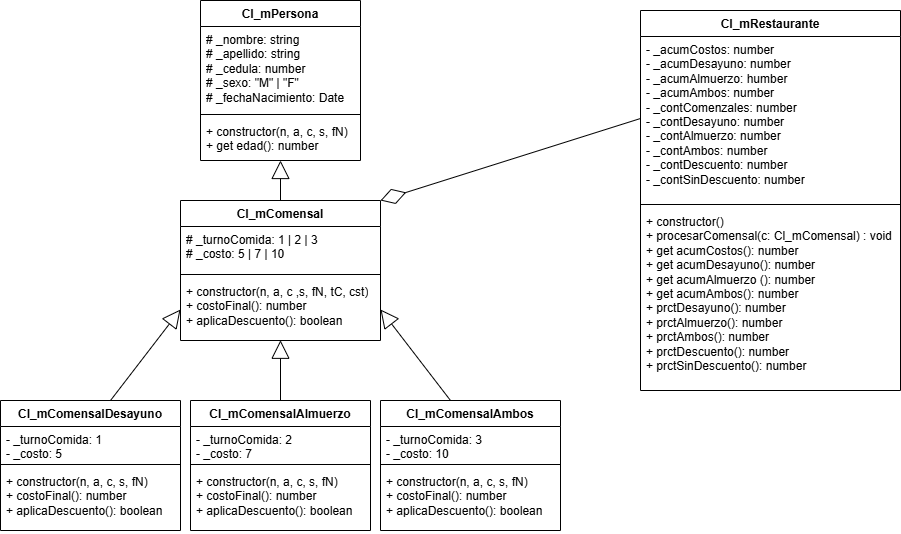
The draw.io diagram resources/UML.png in ElGol17/L26.2.p.c2.18.comensales, before a commit. Source tidied: cells renumbered, new cells last; positions are measured from the earlier drawing's top-left corner, leaving out a move shared by most shapes. Source of this version:
```xml
<mxGraphModel>
  <root>
    <mxCell id="0" />
    <mxCell id="1" parent="0" />
    <mxCell id="2" value="Cl_mPersona" style="swimlane;fontStyle=1;align=center;verticalAlign=top;horizontal=1;startSize=26;whiteSpace=wrap;html=1;" parent="1" vertex="1">
      <mxGeometry x="200" width="160" height="160" as="geometry" />
    </mxCell>
    <mxCell id="3" value="# _nombre: string&lt;div&gt;# _apellido: string&lt;/div&gt;&lt;div&gt;# _cedula: number&lt;/div&gt;&lt;div&gt;# _sexo: &quot;M&quot; | &quot;F&quot;&lt;/div&gt;&lt;div&gt;# _fechaNacimiento: Date&lt;/div&gt;" style="text;strokeColor=none;fillColor=none;align=left;verticalAlign=top;spacingLeft=4;spacingRight=4;overflow=hidden;whiteSpace=wrap;html=1;" parent="2" vertex="1">
      <mxGeometry y="26" width="160" height="84" as="geometry" />
    </mxCell>
    <mxCell id="4" style="line;strokeWidth=1;fillColor=none;align=left;verticalAlign=middle;spacingTop=-1;spacingLeft=3;spacingRight=3;labelPosition=right;strokeColor=inherit;" parent="2" vertex="1">
      <mxGeometry y="110" width="160" height="8" as="geometry" />
    </mxCell>
    <mxCell id="5" value="+ constructor(n, a, c, s, fN)&lt;div&gt;&lt;div&gt;+ get edad(): number&lt;/div&gt;&lt;div&gt;&lt;br&gt;&lt;/div&gt;&lt;/div&gt;" style="text;strokeColor=none;fillColor=none;align=left;verticalAlign=top;spacingLeft=4;spacingRight=4;overflow=hidden;points=[[0,0.5],[1,0.5]];portConstraint=eastwest;whiteSpace=wrap;html=1;" parent="2" vertex="1">
      <mxGeometry y="118" width="160" height="42" as="geometry" />
    </mxCell>
    <mxCell id="6" style="endArrow=block;endSize=16;endFill=0;html=1;rounded=0;exitX=0.5;exitY=0;exitDx=0;exitDy=0;" parent="1" edge="1" source="7" target="5">
      <mxGeometry relative="1" as="geometry" />
    </mxCell>
    <mxCell id="7" value="Cl_mComensal" style="swimlane;fontStyle=1;align=center;verticalAlign=top;horizontal=1;startSize=26;whiteSpace=wrap;html=1;" parent="1" vertex="1">
      <mxGeometry x="180" y="200" width="200" height="140" as="geometry" />
    </mxCell>
    <mxCell id="8" value="# _turnoComida: 1 | 2 | 3&lt;div&gt;# _costo: 5 | 7 | 10&lt;/div&gt;" style="text;strokeColor=none;fillColor=none;align=left;verticalAlign=top;spacingLeft=4;spacingRight=4;overflow=hidden;whiteSpace=wrap;html=1;" parent="7" vertex="1">
      <mxGeometry y="26" width="200" height="44" as="geometry" />
    </mxCell>
    <mxCell id="9" style="line;strokeWidth=1;fillColor=none;align=left;verticalAlign=middle;spacingTop=-1;spacingLeft=3;spacingRight=3;labelPosition=right;strokeColor=inherit;" parent="7" vertex="1">
      <mxGeometry y="70" width="200" height="8" as="geometry" />
    </mxCell>
    <mxCell id="10" value="+ constructor(n, a, c ,s, fN, tC, cst)&lt;div&gt;+ costoFinal(): number&lt;/div&gt;&lt;div&gt;+ aplicaDescuento(): boolean&lt;br&gt;&lt;div&gt;&lt;br&gt;&lt;div&gt;&lt;br&gt;&lt;/div&gt;&lt;/div&gt;&lt;/div&gt;" style="text;strokeColor=none;fillColor=none;align=left;verticalAlign=top;spacingLeft=4;spacingRight=4;overflow=hidden;points=[[0,0.5],[1,0.5]];portConstraint=eastwest;whiteSpace=wrap;html=1;" parent="7" vertex="1">
      <mxGeometry y="78" width="200" height="62" as="geometry" />
    </mxCell>
    <mxCell id="11" style="endArrow=block;endSize=16;endFill=0;html=1;rounded=0;exitX=0.5;exitY=0;exitDx=0;exitDy=0;entryX=0;entryY=0.5;entryDx=0;entryDy=0;" parent="1" edge="1" target="10">
      <mxGeometry relative="1" as="geometry">
        <mxPoint x="110" y="400" as="sourcePoint" />
      </mxGeometry>
    </mxCell>
    <mxCell id="12" style="endArrow=block;endSize=16;endFill=0;html=1;rounded=0;exitX=0.5;exitY=0;exitDx=0;exitDy=0;entryX=0.5;entryY=0.996;entryDx=0;entryDy=0;entryPerimeter=0;" parent="1" edge="1" target="10">
      <mxGeometry relative="1" as="geometry">
        <mxPoint x="280" y="400" as="sourcePoint" />
      </mxGeometry>
    </mxCell>
    <mxCell id="13" style="endArrow=block;endSize=16;endFill=0;html=1;rounded=0;exitX=0.5;exitY=0;exitDx=0;exitDy=0;entryX=1;entryY=0.5;entryDx=0;entryDy=0;" parent="1" edge="1" target="10">
      <mxGeometry relative="1" as="geometry">
        <mxPoint x="450" y="400" as="sourcePoint" />
      </mxGeometry>
    </mxCell>
    <mxCell id="14" value="Cl_mComensalDesayuno" style="swimlane;fontStyle=1;align=center;verticalAlign=top;horizontal=1;startSize=26;whiteSpace=wrap;html=1;" parent="1" vertex="1">
      <mxGeometry y="400" width="180" height="130" as="geometry" />
    </mxCell>
    <mxCell id="15" value="- _turnoComida: 1&lt;div&gt;- _costo: 5&lt;/div&gt;" style="text;strokeColor=none;fillColor=none;align=left;verticalAlign=top;spacingLeft=4;spacingRight=4;overflow=hidden;whiteSpace=wrap;html=1;" parent="14" vertex="1">
      <mxGeometry y="26" width="180" height="34" as="geometry" />
    </mxCell>
    <mxCell id="16" style="line;strokeWidth=1;fillColor=none;align=left;verticalAlign=middle;spacingTop=-1;spacingLeft=3;spacingRight=3;labelPosition=right;strokeColor=inherit;" parent="14" vertex="1">
      <mxGeometry y="60" width="180" height="8" as="geometry" />
    </mxCell>
    <mxCell id="17" value="+ constructor(n, a, c, s, fN)&lt;div&gt;+ costoFinal(): number&lt;/div&gt;&lt;div&gt;+ aplicaDescuento(): boolean&lt;/div&gt;" style="text;strokeColor=none;fillColor=none;align=left;verticalAlign=top;spacingLeft=4;spacingRight=4;overflow=hidden;whiteSpace=wrap;html=1;" parent="14" vertex="1">
      <mxGeometry y="68" width="180" height="62" as="geometry" />
    </mxCell>
    <mxCell id="18" value="Cl_mComensalAlmuerzo" style="swimlane;fontStyle=1;align=center;verticalAlign=top;horizontal=1;startSize=26;whiteSpace=wrap;html=1;" parent="1" vertex="1">
      <mxGeometry x="190" y="400" width="180" height="130" as="geometry" />
    </mxCell>
    <mxCell id="19" value="- _turnoComida: 2&lt;div&gt;- _costo: 7&lt;/div&gt;" style="text;strokeColor=none;fillColor=none;align=left;verticalAlign=top;spacingLeft=4;spacingRight=4;overflow=hidden;whiteSpace=wrap;html=1;" parent="18" vertex="1">
      <mxGeometry y="26" width="180" height="34" as="geometry" />
    </mxCell>
    <mxCell id="20" style="line;strokeWidth=1;fillColor=none;align=left;verticalAlign=middle;spacingTop=-1;spacingLeft=3;spacingRight=3;labelPosition=right;strokeColor=inherit;" parent="18" vertex="1">
      <mxGeometry y="60" width="180" height="8" as="geometry" />
    </mxCell>
    <mxCell id="21" value="+ constructor(n, a, c, s, fN)&lt;div&gt;+ costoFinal(): number&lt;/div&gt;&lt;div&gt;+ aplicaDescuento(): boolean&lt;/div&gt;" style="text;strokeColor=none;fillColor=none;align=left;verticalAlign=top;spacingLeft=4;spacingRight=4;overflow=hidden;whiteSpace=wrap;html=1;" parent="18" vertex="1">
      <mxGeometry y="68" width="180" height="62" as="geometry" />
    </mxCell>
    <mxCell id="22" value="Cl_mComensalAmbos" style="swimlane;fontStyle=1;align=center;verticalAlign=top;horizontal=1;startSize=26;whiteSpace=wrap;html=1;" parent="1" vertex="1">
      <mxGeometry x="380" y="400" width="180" height="130" as="geometry" />
    </mxCell>
    <mxCell id="23" value="- _turnoComida: 3&lt;div&gt;- _costo: 10&lt;/div&gt;" style="text;strokeColor=none;fillColor=none;align=left;verticalAlign=top;spacingLeft=4;spacingRight=4;overflow=hidden;whiteSpace=wrap;html=1;" parent="22" vertex="1">
      <mxGeometry y="26" width="180" height="34" as="geometry" />
    </mxCell>
    <mxCell id="24" style="line;strokeWidth=1;fillColor=none;align=left;verticalAlign=middle;spacingTop=-1;spacingLeft=3;spacingRight=3;labelPosition=right;strokeColor=inherit;" parent="22" vertex="1">
      <mxGeometry y="60" width="180" height="8" as="geometry" />
    </mxCell>
    <mxCell id="25" value="+ constructor(n, a, c, s, fN)&lt;div&gt;+ costoFinal(): number&lt;/div&gt;&lt;div&gt;+ aplicaDescuento(): boolean&lt;/div&gt;" style="text;strokeColor=none;fillColor=none;align=left;verticalAlign=top;spacingLeft=4;spacingRight=4;overflow=hidden;whiteSpace=wrap;html=1;" parent="22" vertex="1">
      <mxGeometry y="68" width="180" height="62" as="geometry" />
    </mxCell>
    <mxCell id="26" value="Cl_mRestaurante" style="swimlane;fontStyle=1;align=center;verticalAlign=top;horizontal=1;startSize=26;whiteSpace=wrap;html=1;" parent="1" vertex="1">
      <mxGeometry x="640" y="10" width="260" height="380" as="geometry" />
    </mxCell>
    <mxCell id="27" value="- _acumCostos: number&lt;div&gt;- _acumDesayuno: number&lt;/div&gt;&lt;div&gt;- _acumAlmuerzo: humber&lt;/div&gt;&lt;div&gt;- _acumAmbos: number&lt;/div&gt;&lt;div&gt;- _contComenzales: number&lt;/div&gt;&lt;div&gt;- _contDesayuno: number&lt;/div&gt;&lt;div&gt;- _contAlmuerzo: number&lt;/div&gt;&lt;div&gt;- _contAmbos: number&lt;/div&gt;&lt;div&gt;- _contDescuento: number&lt;/div&gt;&lt;div&gt;- _contSinDescuento: number&lt;/div&gt;" style="text;strokeColor=none;fillColor=none;align=left;verticalAlign=top;spacingLeft=4;spacingRight=4;overflow=hidden;points=[[0,0.5],[1,0.5]];portConstraint=eastwest;whiteSpace=wrap;html=1;" parent="26" vertex="1">
      <mxGeometry y="26" width="260" height="164" as="geometry" />
    </mxCell>
    <mxCell id="28" style="line;strokeWidth=1;fillColor=none;align=left;verticalAlign=middle;spacingTop=-1;spacingLeft=3;spacingRight=3;labelPosition=right;strokeColor=inherit;" parent="26" vertex="1">
      <mxGeometry y="190" width="260" height="8" as="geometry" />
    </mxCell>
    <mxCell id="29" value="+ constructor()&lt;div&gt;+ procesarComensal(c: Cl_mComensal) : void&lt;/div&gt;&lt;div&gt;+ get acumCostos(): number&lt;/div&gt;&lt;div&gt;+ get acumDesayuno(): number&lt;/div&gt;&lt;div&gt;+ get acumAlmuerzo (): number&lt;/div&gt;&lt;div&gt;+ get acumAmbos(): number&lt;/div&gt;&lt;div&gt;&lt;span style=&quot;background-color: transparent; color: light-dark(rgb(0, 0, 0), rgb(255, 255, 255));&quot;&gt;+ prctDesayuno(): number&lt;/span&gt;&lt;/div&gt;&lt;div&gt;+ prctAlmuerzo(): number&lt;/div&gt;&lt;div&gt;+ prctAmbos(): number&lt;/div&gt;&lt;div&gt;+ prctDescuento(): number&lt;/div&gt;&lt;div&gt;+ prctSinDescuento(): number&lt;/div&gt;" style="text;strokeColor=none;fillColor=none;align=left;verticalAlign=top;spacingLeft=4;spacingRight=4;overflow=hidden;whiteSpace=wrap;html=1;" parent="26" vertex="1">
      <mxGeometry y="198" width="260" height="182" as="geometry" />
    </mxCell>
    <mxCell id="30" style="endArrow=diamondThin;endFill=0;endSize=24;html=1;rounded=0;exitX=0;exitY=0.5;exitDx=0;exitDy=0;entryX=1;entryY=0;entryDx=0;entryDy=0;" parent="1" edge="1" source="27" target="7">
      <mxGeometry relative="1" as="geometry" />
    </mxCell>
  </root>
</mxGraphModel>
```
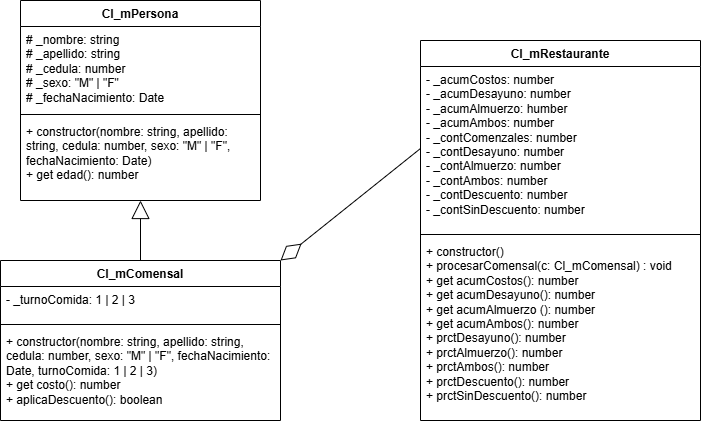
Above is the later version.

Commit message:
Actualización .json y UML

What changed in the source:
```diff
@@ -3,94 +3,43 @@
     <mxCell id="0" />
     <mxCell id="1" parent="0" />
     <mxCell id="2" value="Cl_mPersona" style="swimlane;fontStyle=1;align=center;verticalAlign=top;horizontal=1;startSize=26;whiteSpace=wrap;html=1;" parent="1" vertex="1">
-      <mxGeometry x="200" width="160" height="160" as="geometry" />
+      <mxGeometry x="140" y="-20" width="240" height="200" as="geometry" />
     </mxCell>
     <mxCell id="3" value="# _nombre: string&lt;div&gt;# _apellido: string&lt;/div&gt;&lt;div&gt;# _cedula: number&lt;/div&gt;&lt;div&gt;# _sexo: &quot;M&quot; | &quot;F&quot;&lt;/div&gt;&lt;div&gt;# _fechaNacimiento: Date&lt;/div&gt;" style="text;strokeColor=none;fillColor=none;align=left;verticalAlign=top;spacingLeft=4;spacingRight=4;overflow=hidden;whiteSpace=wrap;html=1;" parent="2" vertex="1">
-      <mxGeometry y="26" width="160" height="84" as="geometry" />
+      <mxGeometry y="26" width="240" height="84" as="geometry" />
     </mxCell>
     <mxCell id="4" style="line;strokeWidth=1;fillColor=none;align=left;verticalAlign=middle;spacingTop=-1;spacingLeft=3;spacingRight=3;labelPosition=right;strokeColor=inherit;" parent="2" vertex="1">
-      <mxGeometry y="110" width="160" height="8" as="geometry" />
+      <mxGeometry y="110" width="240" height="8" as="geometry" />
     </mxCell>
-    <mxCell id="5" value="+ constructor(n, a, c, s, fN)&lt;div&gt;&lt;div&gt;+ get edad(): number&lt;/div&gt;&lt;div&gt;&lt;br&gt;&lt;/div&gt;&lt;/div&gt;" style="text;strokeColor=none;fillColor=none;align=left;verticalAlign=top;spacingLeft=4;spacingRight=4;overflow=hidden;points=[[0,0.5],[1,0.5]];portConstraint=eastwest;whiteSpace=wrap;html=1;" parent="2" vertex="1">
-      <mxGeometry y="118" width="160" height="42" as="geometry" />
+    <mxCell id="5" value="+ constructor(nombre: string, apellido: string, cedula: number, sexo: &quot;M&quot; | &quot;F&quot;, fechaNacimiento: Date)&lt;div&gt;&lt;div&gt;+ get edad(): number&lt;/div&gt;&lt;div&gt;&lt;br&gt;&lt;/div&gt;&lt;/div&gt;" style="text;strokeColor=none;fillColor=none;align=left;verticalAlign=top;spacingLeft=4;spacingRight=4;overflow=hidden;points=[[0,0.5],[1,0.5]];portConstraint=eastwest;whiteSpace=wrap;html=1;" parent="2" vertex="1">
+      <mxGeometry y="118" width="240" height="82" as="geometry" />
     </mxCell>
     <mxCell id="6" style="endArrow=block;endSize=16;endFill=0;html=1;rounded=0;exitX=0.5;exitY=0;exitDx=0;exitDy=0;" parent="1" edge="1" source="7" target="5">
       <mxGeometry relative="1" as="geometry" />
     </mxCell>
     <mxCell id="7" value="Cl_mComensal" style="swimlane;fontStyle=1;align=center;verticalAlign=top;horizontal=1;startSize=26;whiteSpace=wrap;html=1;" parent="1" vertex="1">
-      <mxGeometry x="180" y="200" width="200" height="140" as="geometry" />
+      <mxGeometry x="120" y="240" width="280" height="160" as="geometry" />
     </mxCell>
-    <mxCell id="8" value="# _turnoComida: 1 | 2 | 3&lt;div&gt;# _costo: 5 | 7 | 10&lt;/div&gt;" style="text;strokeColor=none;fillColor=none;align=left;verticalAlign=top;spacingLeft=4;spacingRight=4;overflow=hidden;whiteSpace=wrap;html=1;" parent="7" vertex="1">
-      <mxGeometry y="26" width="200" height="44" as="geometry" />
+    <mxCell id="8" value="- _turnoComida: 1 | 2 | 3" style="text;strokeColor=none;fillColor=none;align=left;verticalAlign=top;spacingLeft=4;spacingRight=4;overflow=hidden;whiteSpace=wrap;html=1;" parent="7" vertex="1">
+      <mxGeometry y="26" width="280" height="34" as="geometry" />
     </mxCell>
     <mxCell id="9" style="line;strokeWidth=1;fillColor=none;align=left;verticalAlign=middle;spacingTop=-1;spacingLeft=3;spacingRight=3;labelPosition=right;strokeColor=inherit;" parent="7" vertex="1">
-      <mxGeometry y="70" width="200" height="8" as="geometry" />
+      <mxGeometry y="60" width="280" height="8" as="geometry" />
     </mxCell>
-    <mxCell id="10" value="+ constructor(n, a, c ,s, fN, tC, cst)&lt;div&gt;+ costoFinal(): number&lt;/div&gt;&lt;div&gt;+ aplicaDescuento(): boolean&lt;br&gt;&lt;div&gt;&lt;br&gt;&lt;div&gt;&lt;br&gt;&lt;/div&gt;&lt;/div&gt;&lt;/div&gt;" style="text;strokeColor=none;fillColor=none;align=left;verticalAlign=top;spacingLeft=4;spacingRight=4;overflow=hidden;points=[[0,0.5],[1,0.5]];portConstraint=eastwest;whiteSpace=wrap;html=1;" parent="7" vertex="1">
-      <mxGeometry y="78" width="200" height="62" as="geometry" />
+    <mxCell id="10" value="&lt;div&gt;&lt;span style=&quot;background-color: transparent; color: light-dark(rgb(0, 0, 0), rgb(255, 255, 255));&quot;&gt;+ constructor(nombre: string, apellido: string, cedula: number, sexo: &quot;M&quot; | &quot;F&quot;, fechaNacimiento: Date, turnoComida: 1 | 2 | 3)&lt;/span&gt;&lt;/div&gt;&lt;div&gt;+ get costo(): number&lt;/div&gt;&lt;div&gt;+ aplicaDescuento(): boolean&lt;br&gt;&lt;div&gt;&lt;br&gt;&lt;div&gt;&lt;br&gt;&lt;/div&gt;&lt;/div&gt;&lt;/div&gt;" style="text;strokeColor=none;fillColor=none;align=left;verticalAlign=top;spacingLeft=4;spacingRight=4;overflow=hidden;points=[[0,0.5],[1,0.5]];portConstraint=eastwest;whiteSpace=wrap;html=1;" parent="7" vertex="1">
+      <mxGeometry y="68" width="280" height="92" as="geometry" />
     </mxCell>
-    <mxCell id="11" style="endArrow=block;endSize=16;endFill=0;html=1;rounded=0;exitX=0.5;exitY=0;exitDx=0;exitDy=0;entryX=0;entryY=0.5;entryDx=0;entryDy=0;" parent="1" edge="1" target="10">
-      <mxGeometry relative="1" as="geometry">
-        <mxPoint x="110" y="400" as="sourcePoint" />
-      </mxGeometry>
-    </mxCell>
-    <mxCell id="12" style="endArrow=block;endSize=16;endFill=0;html=1;rounded=0;exitX=0.5;exitY=0;exitDx=0;exitDy=0;entryX=0.5;entryY=0.996;entryDx=0;entryDy=0;entryPerimeter=0;" parent="1" edge="1" target="10">
-      <mxGeometry relative="1" as="geometry">
-        <mxPoint x="280" y="400" as="sourcePoint" />
-      </mxGeometry>
-    </mxCell>
-    <mxCell id="13" style="endArrow=block;endSize=16;endFill=0;html=1;rounded=0;exitX=0.5;exitY=0;exitDx=0;exitDy=0;entryX=1;entryY=0.5;entryDx=0;entryDy=0;" parent="1" edge="1" target="10">
-      <mxGeometry relative="1" as="geometry">
-        <mxPoint x="450" y="400" as="sourcePoint" />
-      </mxGeometry>
-    </mxCell>
-    <mxCell id="14" value="Cl_mComensalDesayuno" style="swimlane;fontStyle=1;align=center;verticalAlign=top;horizontal=1;startSize=26;whiteSpace=wrap;html=1;" parent="1" vertex="1">
-      <mxGeometry y="400" width="180" height="130" as="geometry" />
-    </mxCell>
-    <mxCell id="15" value="- _turnoComida: 1&lt;div&gt;- _costo: 5&lt;/div&gt;" style="text;strokeColor=none;fillColor=none;align=left;verticalAlign=top;spacingLeft=4;spacingRight=4;overflow=hidden;whiteSpace=wrap;html=1;" parent="14" vertex="1">
-      <mxGeometry y="26" width="180" height="34" as="geometry" />
-    </mxCell>
-    <mxCell id="16" style="line;strokeWidth=1;fillColor=none;align=left;verticalAlign=middle;spacingTop=-1;spacingLeft=3;spacingRight=3;labelPosition=right;strokeColor=inherit;" parent="14" vertex="1">
-      <mxGeometry y="60" width="180" height="8" as="geometry" />
-    </mxCell>
-    <mxCell id="17" value="+ constructor(n, a, c, s, fN)&lt;div&gt;+ costoFinal(): number&lt;/div&gt;&lt;div&gt;+ aplicaDescuento(): boolean&lt;/div&gt;" style="text;strokeColor=none;fillColor=none;align=left;verticalAlign=top;spacingLeft=4;spacingRight=4;overflow=hidden;whiteSpace=wrap;html=1;" parent="14" vertex="1">
-      <mxGeometry y="68" width="180" height="62" as="geometry" />
-    </mxCell>
-    <mxCell id="18" value="Cl_mComensalAlmuerzo" style="swimlane;fontStyle=1;align=center;verticalAlign=top;horizontal=1;startSize=26;whiteSpace=wrap;html=1;" parent="1" vertex="1">
-      <mxGeometry x="190" y="400" width="180" height="130" as="geometry" />
-    </mxCell>
-    <mxCell id="19" value="- _turnoComida: 2&lt;div&gt;- _costo: 7&lt;/div&gt;" style="text;strokeColor=none;fillColor=none;align=left;verticalAlign=top;spacingLeft=4;spacingRight=4;overflow=hidden;whiteSpace=wrap;html=1;" parent="18" vertex="1">
-      <mxGeometry y="26" width="180" height="34" as="geometry" />
-    </mxCell>
-    <mxCell id="20" style="line;strokeWidth=1;fillColor=none;align=left;verticalAlign=middle;spacingTop=-1;spacingLeft=3;spacingRight=3;labelPosition=right;strokeColor=inherit;" parent="18" vertex="1">
-      <mxGeometry y="60" width="180" height="8" as="geometry" />
-    </mxCell>
-    <mxCell id="21" value="+ constructor(n, a, c, s, fN)&lt;div&gt;+ costoFinal(): number&lt;/div&gt;&lt;div&gt;+ aplicaDescuento(): boolean&lt;/div&gt;" style="text;strokeColor=none;fillColor=none;align=left;verticalAlign=top;spacingLeft=4;spacingRight=4;overflow=hidden;whiteSpace=wrap;html=1;" parent="18" vertex="1">
-      <mxGeometry y="68" width="180" height="62" as="geometry" />
-    </mxCell>
-    <mxCell id="22" value="Cl_mComensalAmbos" style="swimlane;fontStyle=1;align=center;verticalAlign=top;horizontal=1;startSize=26;whiteSpace=wrap;html=1;" parent="1" vertex="1">
-      <mxGeometry x="380" y="400" width="180" height="130" as="geometry" />
-    </mxCell>
-    <mxCell id="23" value="- _turnoComida: 3&lt;div&gt;- _costo: 10&lt;/div&gt;" style="text;strokeColor=none;fillColor=none;align=left;verticalAlign=top;spacingLeft=4;spacingRight=4;overflow=hidden;whiteSpace=wrap;html=1;" parent="22" vertex="1">
-      <mxGeometry y="26" width="180" height="34" as="geometry" />
-    </mxCell>
-    <mxCell id="24" style="line;strokeWidth=1;fillColor=none;align=left;verticalAlign=middle;spacingTop=-1;spacingLeft=3;spacingRight=3;labelPosition=right;strokeColor=inherit;" parent="22" vertex="1">
-      <mxGeometry y="60" width="180" height="8" as="geometry" />
-    </mxCell>
-    <mxCell id="25" value="+ constructor(n, a, c, s, fN)&lt;div&gt;+ costoFinal(): number&lt;/div&gt;&lt;div&gt;+ aplicaDescuento(): boolean&lt;/div&gt;" style="text;strokeColor=none;fillColor=none;align=left;verticalAlign=top;spacingLeft=4;spacingRight=4;overflow=hidden;whiteSpace=wrap;html=1;" parent="22" vertex="1">
-      <mxGeometry y="68" width="180" height="62" as="geometry" />
-    </mxCell>
     <mxCell id="26" value="Cl_mRestaurante" style="swimlane;fontStyle=1;align=center;verticalAlign=top;horizontal=1;startSize=26;whiteSpace=wrap;html=1;" parent="1" vertex="1">
-      <mxGeometry x="640" y="10" width="260" height="380" as="geometry" />
+      <mxGeometry x="540" y="20" width="280" height="380" as="geometry" />
     </mxCell>
     <mxCell id="27" value="- _acumCostos: number&lt;div&gt;- _acumDesayuno: number&lt;/div&gt;&lt;div&gt;- _acumAlmuerzo: humber&lt;/div&gt;&lt;div&gt;- _acumAmbos: number&lt;/div&gt;&lt;div&gt;- _contComenzales: number&lt;/div&gt;&lt;div&gt;- _contDesayuno: number&lt;/div&gt;&lt;div&gt;- _contAlmuerzo: number&lt;/div&gt;&lt;div&gt;- _contAmbos: number&lt;/div&gt;&lt;div&gt;- _contDescuento: number&lt;/div&gt;&lt;div&gt;- _contSinDescuento: number&lt;/div&gt;" style="text;strokeColor=none;fillColor=none;align=left;verticalAlign=top;spacingLeft=4;spacingRight=4;overflow=hidden;points=[[0,0.5],[1,0.5]];portConstraint=eastwest;whiteSpace=wrap;html=1;" parent="26" vertex="1">
-      <mxGeometry y="26" width="260" height="164" as="geometry" />
+      <mxGeometry y="26" width="280" height="164" as="geometry" />
     </mxCell>
     <mxCell id="28" style="line;strokeWidth=1;fillColor=none;align=left;verticalAlign=middle;spacingTop=-1;spacingLeft=3;spacingRight=3;labelPosition=right;strokeColor=inherit;" parent="26" vertex="1">
-      <mxGeometry y="190" width="260" height="8" as="geometry" />
+      <mxGeometry y="190" width="280" height="8" as="geometry" />
     </mxCell>
     <mxCell id="29" value="+ constructor()&lt;div&gt;+ procesarComensal(c: Cl_mComensal) : void&lt;/div&gt;&lt;div&gt;+ get acumCostos(): number&lt;/div&gt;&lt;div&gt;+ get acumDesayuno(): number&lt;/div&gt;&lt;div&gt;+ get acumAlmuerzo (): number&lt;/div&gt;&lt;div&gt;+ get acumAmbos(): number&lt;/div&gt;&lt;div&gt;&lt;span style=&quot;background-color: transparent; color: light-dark(rgb(0, 0, 0), rgb(255, 255, 255));&quot;&gt;+ prctDesayuno(): number&lt;/span&gt;&lt;/div&gt;&lt;div&gt;+ prctAlmuerzo(): number&lt;/div&gt;&lt;div&gt;+ prctAmbos(): number&lt;/div&gt;&lt;div&gt;+ prctDescuento(): number&lt;/div&gt;&lt;div&gt;+ prctSinDescuento(): number&lt;/div&gt;" style="text;strokeColor=none;fillColor=none;align=left;verticalAlign=top;spacingLeft=4;spacingRight=4;overflow=hidden;whiteSpace=wrap;html=1;" parent="26" vertex="1">
-      <mxGeometry y="198" width="260" height="182" as="geometry" />
+      <mxGeometry y="198" width="280" height="182" as="geometry" />
     </mxCell>
     <mxCell id="30" style="endArrow=diamondThin;endFill=0;endSize=24;html=1;rounded=0;exitX=0;exitY=0.5;exitDx=0;exitDy=0;entryX=1;entryY=0;entryDx=0;entryDy=0;" parent="1" edge="1" source="27" target="7">
       <mxGeometry relative="1" as="geometry" />
```
